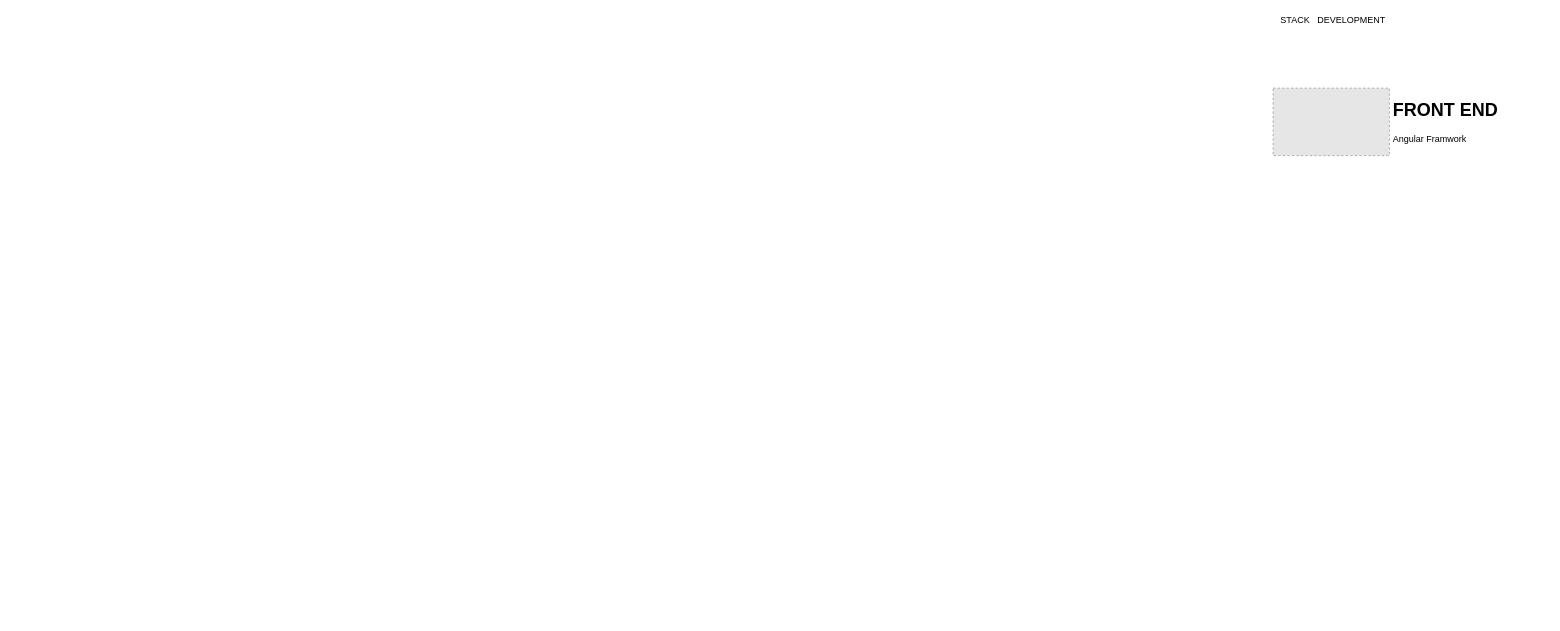
Above: Resource/Project 1.drawio in nitikornchumnankul/Canary-deployment-on-flagger-pipeline (draw.io), before the change. Source tidied: cells renumbered, new cells numbered last; positions are measured from the earlier drawing's top-left corner, leaving out a move shared by most shapes. Both pictures are drawn from the tidied source at 75%, with x=0, y=0 at pixel (1265, 13). Pictures stored in the file or linked from it are replaced by grey dashed boxes.
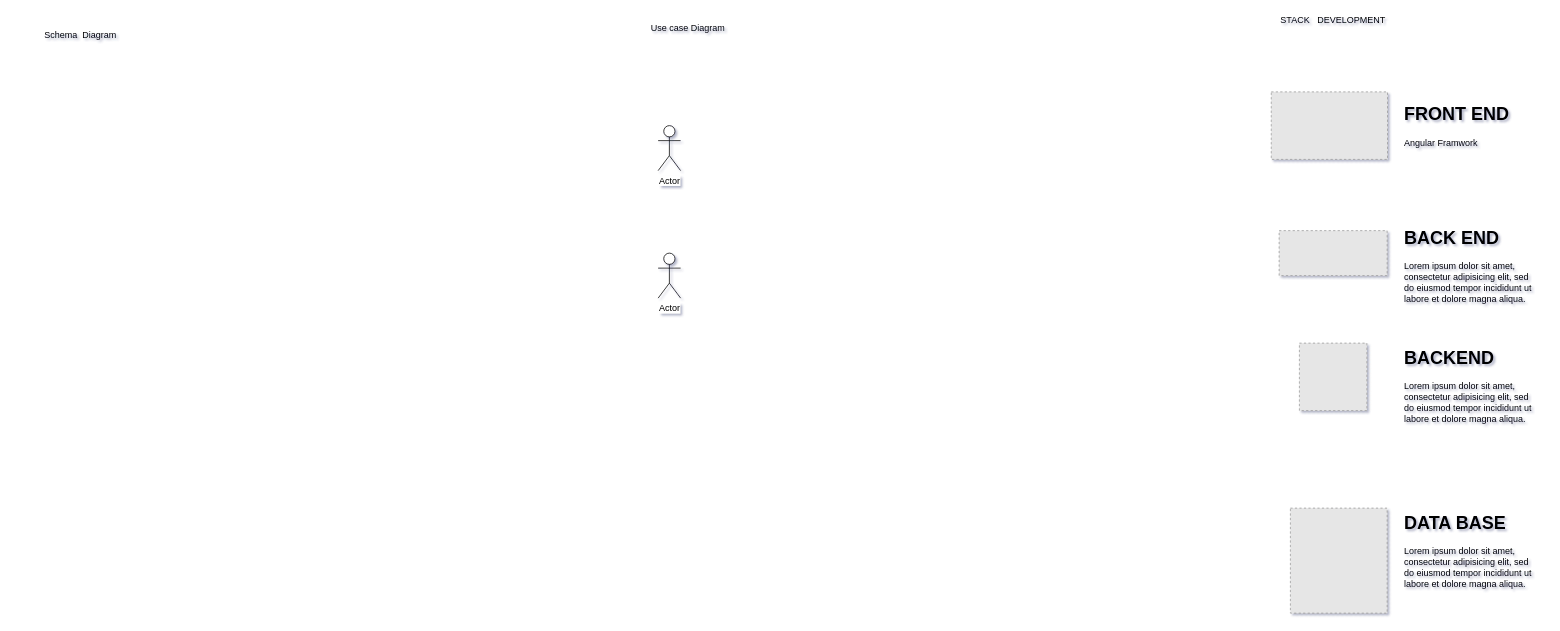
After the change.

Change to the diagram source:
```diff
@@
-<mxGraphModel>
+<mxGraphModel shadow="1">
   <root>
     <mxCell id="0" />
     <mxCell id="1" parent="0" />
     <mxCell id="2" value="STACK&amp;nbsp; &amp;nbsp;DEVELOPMENT" style="text;html=1;strokeColor=none;fillColor=none;align=center;verticalAlign=middle;whiteSpace=wrap;rounded=0;" parent="1" vertex="1">
       <mxGeometry width="180" height="20" as="geometry" />
     </mxCell>
     <mxCell id="3" style="group;" parent="1" vertex="1">
-      <mxGeometry x="10" y="100" width="345" height="90" as="geometry" />
+      <mxGeometry x="7.5" y="105" width="345" height="90" as="geometry" />
     </mxCell>
     <mxCell id="4" style="fillColor=#E6E6E6;strokeColor=#999999;dashed=1;verticalLabelPosition=bottom;labelBackgroundColor=#ffffff;verticalAlign=top;" parent="3" vertex="1">
       <mxGeometry width="155" height="90" as="geometry" />
     </mxCell>
     <mxCell id="5" value="&lt;h1&gt;FRONT END&lt;/h1&gt;&lt;p&gt;Angular Framwork&lt;/p&gt;" style="text;html=1;strokeColor=none;fillColor=none;spacing=5;spacingTop=-20;whiteSpace=wrap;overflow=hidden;rounded=0;" parent="3" vertex="1">
-      <mxGeometry x="155" y="10" width="190" height="80" as="geometry" />
+      <mxGeometry x="172.5" y="10" width="190" height="80" as="geometry" />
     </mxCell>
+    <mxCell id="6" style="fillColor=#E6E6E6;strokeColor=#999999;dashed=1;verticalLabelPosition=bottom;labelBackgroundColor=#ffffff;verticalAlign=top;" parent="1" vertex="1">
+      <mxGeometry x="18" y="290" width="144" height="60" as="geometry" />
+    </mxCell>
+    <mxCell id="7" value="Actor" style="shape=umlActor;verticalLabelPosition=bottom;labelBackgroundColor=#ffffff;verticalAlign=top;html=1;" parent="1" vertex="1">
+      <mxGeometry x="-810" y="150" width="30" height="60" as="geometry" />
+    </mxCell>
+    <mxCell id="8" value="Use case Diagram" style="text;html=1;strokeColor=none;fillColor=none;align=center;verticalAlign=middle;whiteSpace=wrap;rounded=0;" parent="1" vertex="1">
+      <mxGeometry x="-830" y="10" width="120" height="20" as="geometry" />
+    </mxCell>
+    <mxCell id="9" value="Actor" style="shape=umlActor;verticalLabelPosition=bottom;labelBackgroundColor=#ffffff;verticalAlign=top;html=1;" parent="1" vertex="1">
+      <mxGeometry x="-810" y="320" width="30" height="60" as="geometry" />
+    </mxCell>
+    <mxCell id="10" value="Schema&amp;nbsp; Diagram" style="text;html=1;strokeColor=none;fillColor=none;align=center;verticalAlign=middle;whiteSpace=wrap;rounded=0;" parent="1" vertex="1">
+      <mxGeometry x="-1670" y="20" width="180" height="20" as="geometry" />
+    </mxCell>
+    <mxCell id="11" style="fillColor=#E6E6E6;strokeColor=#999999;dashed=1;verticalLabelPosition=bottom;labelBackgroundColor=#ffffff;verticalAlign=top;" parent="1" vertex="1">
+      <mxGeometry x="45" y="440" width="90" height="90" as="geometry" />
+    </mxCell>
+    <mxCell id="12" style="fillColor=#E6E6E6;strokeColor=#999999;dashed=1;verticalLabelPosition=bottom;labelBackgroundColor=#ffffff;verticalAlign=top;" parent="1" vertex="1">
+      <mxGeometry x="33" y="660" width="129" height="140" as="geometry" />
+    </mxCell>
+    <mxCell id="13" value="&lt;h1&gt;BACK END&lt;/h1&gt;&lt;p&gt;Lorem ipsum dolor sit amet, consectetur adipisicing elit, sed do eiusmod tempor incididunt ut labore et dolore magna aliqua.&lt;/p&gt;" style="text;html=1;strokeColor=none;fillColor=none;spacing=5;spacingTop=-20;whiteSpace=wrap;overflow=hidden;rounded=0;" parent="1" vertex="1">
+      <mxGeometry x="180" y="280" width="190" height="120" as="geometry" />
+    </mxCell>
+    <mxCell id="14" value="&lt;h1&gt;BACKEND&lt;/h1&gt;&lt;p&gt;Lorem ipsum dolor sit amet, consectetur adipisicing elit, sed do eiusmod tempor incididunt ut labore et dolore magna aliqua.&lt;/p&gt;" style="text;html=1;strokeColor=none;fillColor=none;spacing=5;spacingTop=-20;whiteSpace=wrap;overflow=hidden;rounded=0;" parent="1" vertex="1">
+      <mxGeometry x="180" y="440" width="190" height="120" as="geometry" />
+    </mxCell>
+    <mxCell id="15" value="&lt;h1&gt;DATA BASE&lt;/h1&gt;&lt;p&gt;Lorem ipsum dolor sit amet, consectetur adipisicing elit, sed do eiusmod tempor incididunt ut labore et dolore magna aliqua.&lt;/p&gt;" style="text;html=1;strokeColor=none;fillColor=none;spacing=5;spacingTop=-20;whiteSpace=wrap;overflow=hidden;rounded=0;" parent="1" vertex="1">
+      <mxGeometry x="180" y="660" width="190" height="120" as="geometry" />
+    </mxCell>
   </root>
 </mxGraphModel>
```
